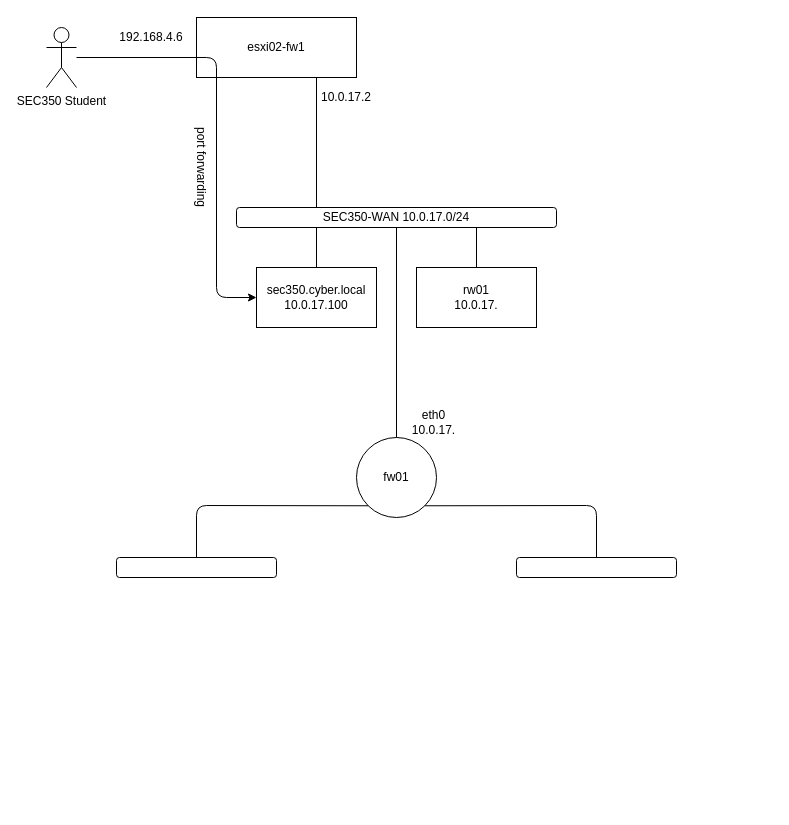
This is SEC350.drawio from SirSertile/SYS-255-Lab-Journal, a draw.io file, before an edit. Source tidied: cells renumbered, new cells numbered last; positions are measured from the earlier drawing's top-left corner, leaving out a move shared by most shapes. Both pictures are drawn from the tidied source at 100%, with x=0, y=0 at pixel (46, 17).
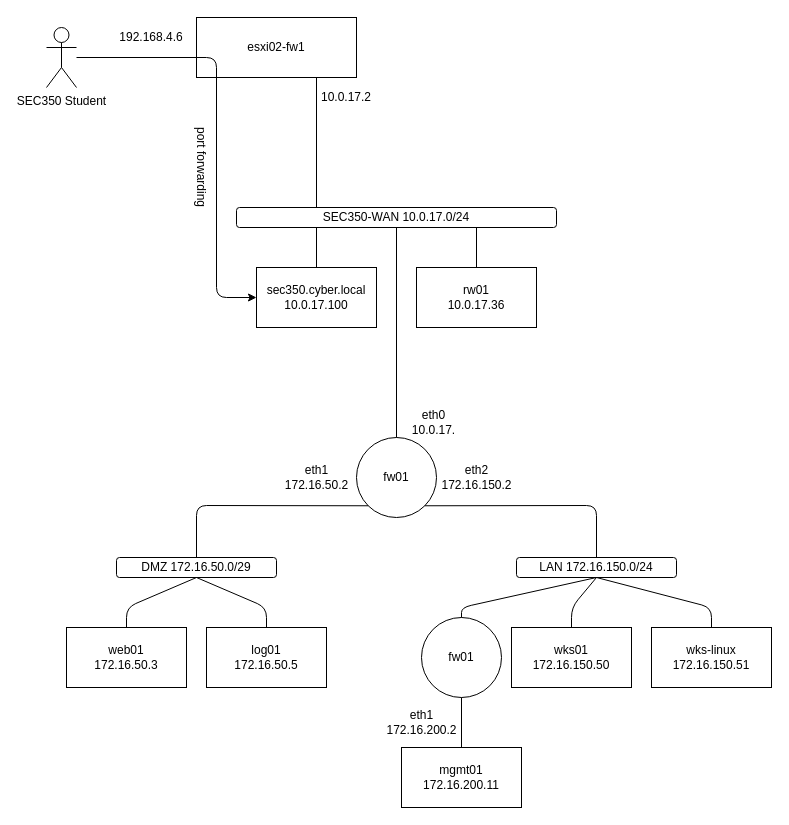
After the change.

What changed in the source:
```diff
@@
-    <mxCell id="15" value="rw01&lt;br&gt;10.0.17." style="rounded=0;whiteSpace=wrap;html=1;" parent="1" vertex="1">
+    <mxCell id="15" value="rw01&lt;br&gt;10.0.17.36" style="rounded=0;whiteSpace=wrap;html=1;" parent="1" vertex="1">
       <mxGeometry x="370" y="250" width="120" height="60" as="geometry" />
     </mxCell>
@@
-    <mxCell id="19" style="rounded=1;whiteSpace=wrap;html=1;" parent="1" vertex="1">
+    <mxCell id="19" value="DMZ 172.16.50.0/29" style="rounded=1;whiteSpace=wrap;html=1;" parent="1" vertex="1">
       <mxGeometry x="70" y="540" width="160" height="20" as="geometry" />
     </mxCell>
-    <mxCell id="20" style="rounded=1;whiteSpace=wrap;html=1;" parent="1" vertex="1">
+    <mxCell id="20" value="LAN 172.16.150.0/24" style="rounded=1;whiteSpace=wrap;html=1;" parent="1" vertex="1">
       <mxGeometry x="470" y="540" width="160" height="20" as="geometry" />
     </mxCell>
+    <mxCell id="21" value="web01&lt;br&gt;172.16.50.3" style="rounded=0;whiteSpace=wrap;html=1;" parent="1" vertex="1">
+      <mxGeometry x="20" y="610" width="120" height="60" as="geometry" />
+    </mxCell>
+    <mxCell id="22" value="log01&lt;br&gt;172.16.50.5" style="rounded=0;whiteSpace=wrap;html=1;" parent="1" vertex="1">
+      <mxGeometry x="160" y="610" width="120" height="60" as="geometry" />
+    </mxCell>
+    <mxCell id="23" value="wks01&lt;br&gt;172.16.150.50" style="rounded=0;whiteSpace=wrap;html=1;" parent="1" vertex="1">
+      <mxGeometry x="465" y="610" width="120" height="60" as="geometry" />
+    </mxCell>
+    <mxCell id="24" value="wks-linux&lt;br&gt;172.16.150.51" style="rounded=0;whiteSpace=wrap;html=1;" parent="1" vertex="1">
+      <mxGeometry x="605" y="610" width="120" height="60" as="geometry" />
+    </mxCell>
+    <mxCell id="25" value="eth2&lt;br&gt;172.16.150.2" style="text;html=1;strokeColor=none;fillColor=none;align=center;verticalAlign=middle;whiteSpace=wrap;rounded=0;" parent="1" vertex="1">
+      <mxGeometry x="397.5" y="445" width="65" height="30" as="geometry" />
+    </mxCell>
+    <mxCell id="26" value="eth1&lt;br&gt;172.16.50.2" style="text;html=1;strokeColor=none;fillColor=none;align=center;verticalAlign=middle;whiteSpace=wrap;rounded=0;" parent="1" vertex="1">
+      <mxGeometry x="237.5" y="445" width="65" height="30" as="geometry" />
+    </mxCell>
+    <mxCell id="27" value="fw01" style="ellipse;whiteSpace=wrap;html=1;" parent="1" vertex="1">
+      <mxGeometry x="375" y="600" width="80" height="80" as="geometry" />
+    </mxCell>
+    <mxCell id="28" style="endArrow=none;html=1;entryX=0.5;entryY=1;entryDx=0;entryDy=0;exitX=0.5;exitY=0;exitDx=0;exitDy=0;" parent="1" edge="1" source="27" target="20">
+      <mxGeometry relative="1" as="geometry">
+        <Array as="points">
+          <mxPoint x="415" y="590" />
+        </Array>
+      </mxGeometry>
+    </mxCell>
+    <mxCell id="29" style="endArrow=none;html=1;exitX=0.5;exitY=0;exitDx=0;exitDy=0;" parent="1" edge="1" source="23">
+      <mxGeometry relative="1" as="geometry">
+        <mxPoint x="550" y="560" as="targetPoint" />
+        <Array as="points">
+          <mxPoint x="525" y="590" />
+        </Array>
+      </mxGeometry>
+    </mxCell>
+    <mxCell id="30" style="endArrow=none;html=1;exitX=0.5;exitY=0;exitDx=0;exitDy=0;" parent="1" edge="1" source="24">
+      <mxGeometry relative="1" as="geometry">
+        <mxPoint x="550" y="560" as="targetPoint" />
+        <Array as="points">
+          <mxPoint x="665" y="590" />
+        </Array>
+      </mxGeometry>
+    </mxCell>
+    <mxCell id="31" style="endArrow=none;html=1;entryX=0.5;entryY=1;entryDx=0;entryDy=0;exitX=0.5;exitY=0;exitDx=0;exitDy=0;" parent="1" edge="1" source="21" target="19">
+      <mxGeometry relative="1" as="geometry">
+        <Array as="points">
+          <mxPoint x="80" y="590" />
+        </Array>
+      </mxGeometry>
+    </mxCell>
+    <mxCell id="32" style="endArrow=none;html=1;exitX=0.5;exitY=0;exitDx=0;exitDy=0;" parent="1" edge="1" source="22">
+      <mxGeometry relative="1" as="geometry">
+        <mxPoint x="150" y="560" as="targetPoint" />
+        <Array as="points">
+          <mxPoint x="220" y="590" />
+        </Array>
+      </mxGeometry>
+    </mxCell>
+    <mxCell id="33" value="eth1&lt;br&gt;172.16.200.2" style="text;html=1;strokeColor=none;fillColor=none;align=center;verticalAlign=middle;whiteSpace=wrap;rounded=0;" parent="1" vertex="1">
+      <mxGeometry x="343" y="690" width="65" height="30" as="geometry" />
+    </mxCell>
+    <mxCell id="34" value="mgmt01&lt;br&gt;172.16.200.11" style="rounded=0;whiteSpace=wrap;html=1;" parent="1" vertex="1">
+      <mxGeometry x="355" y="730" width="120" height="60" as="geometry" />
+    </mxCell>
+    <mxCell id="35" style="endArrow=none;html=1;entryX=0.5;entryY=1;entryDx=0;entryDy=0;" parent="1" edge="1" source="34" target="27">
+      <mxGeometry relative="1" as="geometry" />
+    </mxCell>
```
